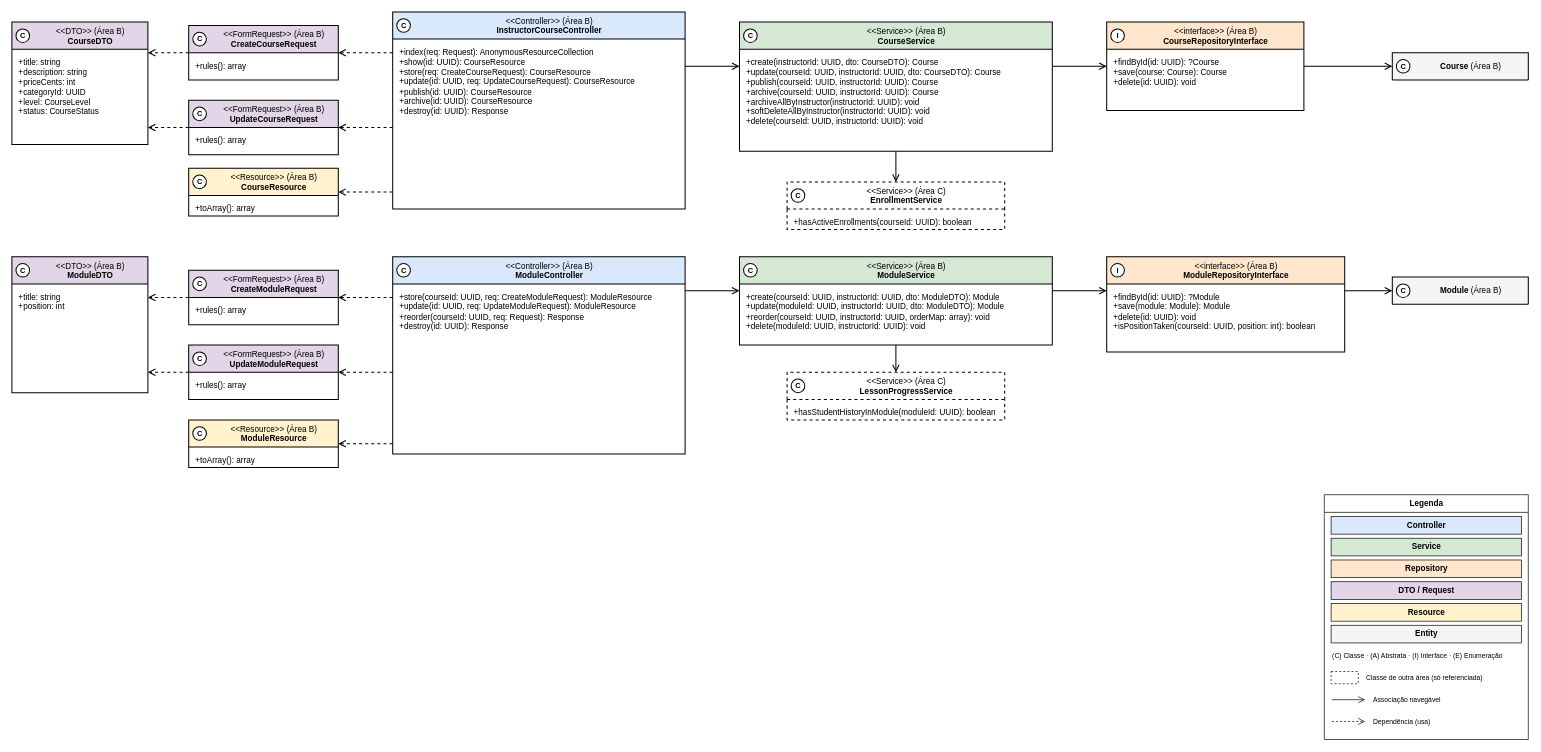
Plataforma-de-Cursos-TCC/plataforma-cursos-docs keeps this draw.io diagram as especificacao/diagramas/13-classes-area-b-implementacao-cursos-modulos.drawio. Above is the earlier version. Source tidied: cells renumbered, new cells numbered last; positions are measured from the earlier drawing's top-left corner, leaving out a move shared by most shapes. Both pictures are drawn from the tidied source at 68%, with x=0, y=0 at pixel (12, 12).
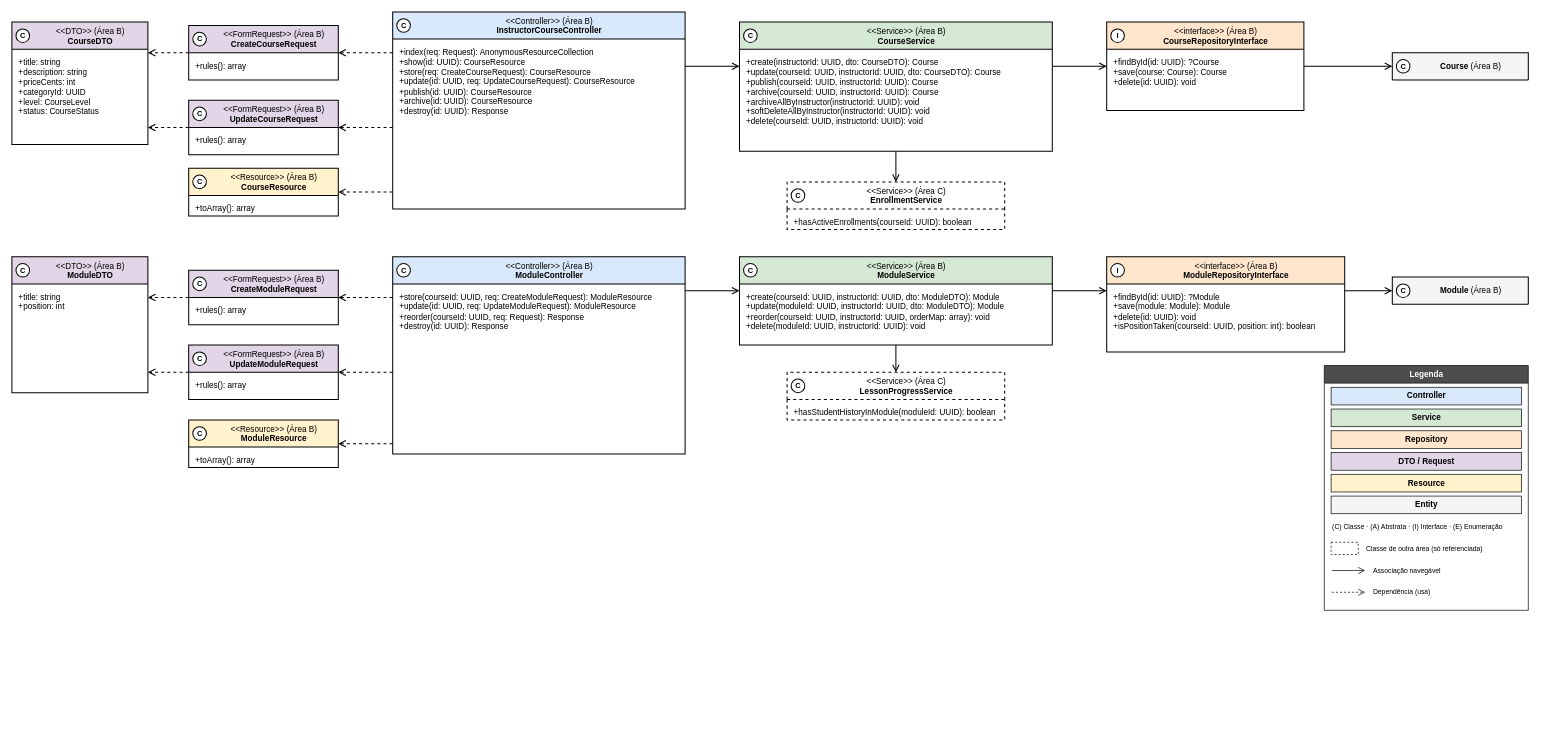
After the change.

What changed in the source:
```diff
@@
-    <mxCell id="72" value="Legenda" style="swimlane;html=1;rounded=0;startSize=26;fontStyle=1;fillColor=#FFFFFF;swimlaneFillColor=#FFFFFF;strokeColor=#000000;" parent="1" vertex="1">
-      <mxGeometry x="1930" y="710" width="300" height="360" as="geometry" />
+    <mxCell id="72" value="Legenda" style="swimlane;html=1;rounded=0;startSize=26;fontStyle=1;fillColor=#4D4D4D;fontColor=#FFFFFF;swimlaneFillColor=#FFFFFF;strokeColor=#000000;" parent="1" vertex="1">
+      <mxGeometry x="1930" y="520" width="300" height="360" as="geometry" />
     </mxCell>
```
